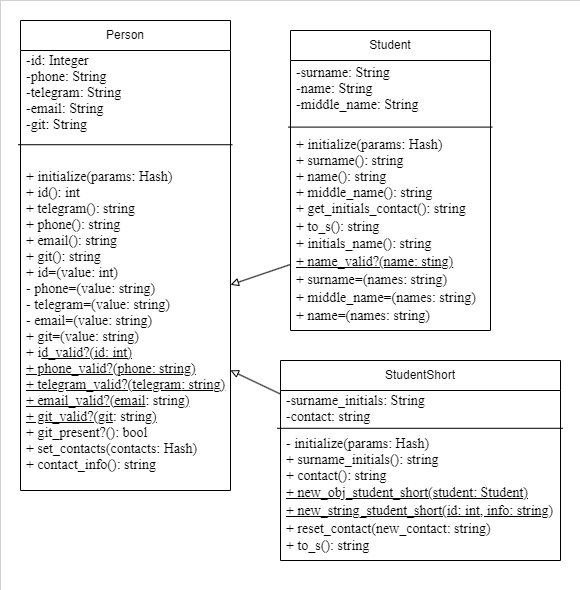
Earlier version of the draw.io export working with classes/диаграмма классов.png (Meg-Lander/study-of-the-subject-programming-patterns). Source tidied: cells renumbered, new cells last; positions are measured from the earlier drawing's top-left corner, leaving out a move shared by most shapes.
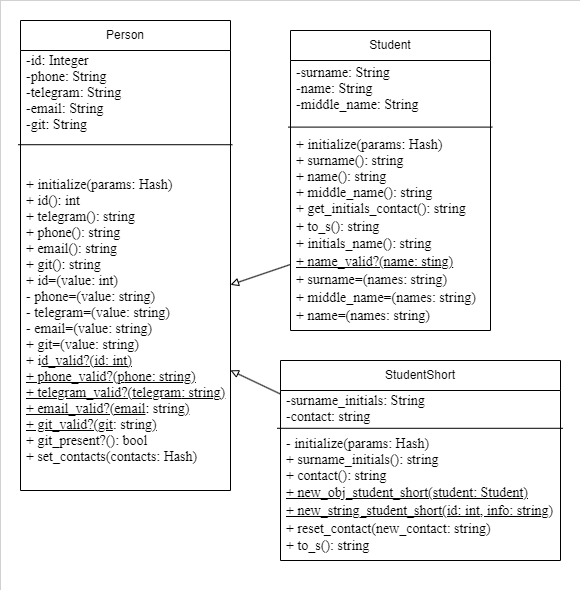
Later version of the same file.

Commit message:
Update diogramm class

Change to the diagram source:
```diff
@@ -11,7 +11,7 @@
     <mxCell id="4" value="&lt;pre style=&quot;margin-top: 0cm; margin-right: 25.5pt; margin-left: 0cm; text-align: justify; line-height: normal; vertical-align: baseline; font-size: 14px;&quot;&gt;&lt;pre style=&quot;margin: 0cm 25.5pt 0cm 0cm; line-height: normal; background: white; vertical-align: baseline;&quot;&gt;&lt;font style=&quot;font-size: 14px;&quot; face=&quot;Times New Roman&quot;&gt;-id: Integer&lt;br&gt;&lt;span style=&quot;&quot; lang=&quot;EN-US&quot;&gt;-phone: &lt;/span&gt;&lt;span style=&quot;&quot; lang=&quot;EN-US&quot;&gt;String&lt;/span&gt;&lt;br&gt;&lt;span style=&quot;&quot; lang=&quot;EN-US&quot;&gt;-telegram: &lt;/span&gt;&lt;span style=&quot;&quot; lang=&quot;EN-US&quot;&gt;String&lt;/span&gt;&lt;br&gt;&lt;span style=&quot;&quot; lang=&quot;EN-US&quot;&gt;-email: &lt;/span&gt;&lt;span style=&quot;&quot; lang=&quot;EN-US&quot;&gt;String&lt;/span&gt;&lt;br&gt;&lt;span style=&quot;&quot; lang=&quot;EN-US&quot;&gt;-git: &lt;/span&gt;&lt;span style=&quot;&quot; lang=&quot;EN-US&quot;&gt;String&lt;/span&gt;&lt;br&gt;&lt;span style=&quot;&quot; lang=&quot;EN-US&quot;&gt;&amp;nbsp;&lt;/span&gt;&lt;/font&gt;&lt;br&gt;&lt;/pre&gt;&lt;/pre&gt;" style="text;strokeColor=none;fillColor=none;align=left;verticalAlign=middle;spacingLeft=4;spacingRight=4;overflow=hidden;whiteSpace=wrap;html=1;" parent="3" vertex="1">
       <mxGeometry y="30" width="210" height="100" as="geometry" />
     </mxCell>
-    <mxCell id="5" value="&lt;pre style=&quot;margin: 0cm 25.5pt 0cm 0cm; text-align: justify; line-height: normal; background: white; vertical-align: baseline; font-size: 14px;&quot;&gt;&lt;font style=&quot;font-size: 14px;&quot; face=&quot;Times New Roman&quot;&gt;+ &lt;/font&gt;&lt;font style=&quot;font-size: 14px;&quot;&gt;&lt;font face=&quot;Times New Roman&quot;&gt;initialize(params: &lt;/font&gt;&lt;font face=&quot;Times New Roman&quot;&gt;Hash)&lt;/font&gt;&lt;/font&gt;&lt;/pre&gt;&lt;pre style=&quot;margin: 0cm 25.5pt 0cm 0cm; text-align: justify; line-height: normal; background: white; vertical-align: baseline; font-size: 14px;&quot;&gt;&lt;font style=&quot;font-size: 14px;&quot;&gt;&lt;font face=&quot;Times New Roman&quot;&gt;+ &lt;/font&gt;&lt;font face=&quot;Times New Roman&quot;&gt;id&lt;/font&gt;&lt;/font&gt;&lt;font face=&quot;sd8AbRPiMUZb4e4DyPh1&quot;&gt;(): int&lt;/font&gt;&lt;/pre&gt;&lt;pre style=&quot;margin: 0cm 25.5pt 0cm 0cm; text-align: justify; line-height: normal; background: white; vertical-align: baseline; font-size: 14px;&quot;&gt;&lt;font face=&quot;sd8AbRPiMUZb4e4DyPh1&quot;&gt;+ telegram(): string&lt;/font&gt;&lt;/pre&gt;&lt;pre style=&quot;margin: 0cm 25.5pt 0cm 0cm; text-align: justify; line-height: normal; background: white; vertical-align: baseline; font-size: 14px;&quot;&gt;&lt;font face=&quot;sd8AbRPiMUZb4e4DyPh1&quot;&gt;+ phone(): string&lt;/font&gt;&lt;/pre&gt;&lt;pre style=&quot;margin: 0cm 25.5pt 0cm 0cm; text-align: justify; line-height: normal; background: white; vertical-align: baseline; font-size: 14px;&quot;&gt;&lt;font face=&quot;sd8AbRPiMUZb4e4DyPh1&quot;&gt;&lt;font style=&quot;font-size: 14px;&quot;&gt;+ &lt;/font&gt;email(): string&lt;/font&gt;&lt;/pre&gt;&lt;pre style=&quot;margin: 0cm 25.5pt 0cm 0cm; text-align: justify; line-height: normal; background: white; vertical-align: baseline; font-size: 14px;&quot;&gt;&lt;font face=&quot;sd8AbRPiMUZb4e4DyPh1&quot;&gt;&lt;font style=&quot;font-size: 14px;&quot;&gt;+ &lt;/font&gt;git(): string&lt;/font&gt;&lt;/pre&gt;&lt;pre style=&quot;margin: 0cm 25.5pt 0cm 0cm; text-align: justify; line-height: normal; background: white; vertical-align: baseline; font-size: 14px;&quot;&gt;&lt;font face=&quot;Fhg8VOXi1VSTIDrwA2gN&quot;&gt;&lt;font style=&quot;font-size: 14px;&quot;&gt;+ id=(&lt;/font&gt;value: int)&lt;br&gt;&lt;/font&gt;&lt;/pre&gt;&lt;pre style=&quot;margin: 0cm 25.5pt 0cm 0cm; text-align: justify; line-height: normal; background: white; vertical-align: baseline; font-size: 14px;&quot;&gt;&lt;font face=&quot;Fhg8VOXi1VSTIDrwA2gN&quot;&gt;&lt;font style=&quot;font-size: 14px;&quot;&gt;- phone=(value&lt;/font&gt;&lt;font style=&quot;font-size: 14px;&quot;&gt;: string)&lt;br&gt;- telegram=(&lt;/font&gt;value: string)&lt;br&gt;&lt;/font&gt;&lt;/pre&gt;&lt;pre style=&quot;margin: 0cm 25.5pt 0cm 0cm; text-align: justify; line-height: normal; background: white; vertical-align: baseline; font-size: 14px;&quot;&gt;&lt;font face=&quot;Fhg8VOXi1VSTIDrwA2gN&quot;&gt;&lt;font style=&quot;font-size: 14px;&quot;&gt;- email=(&lt;/font&gt;value: string)&lt;br&gt;&lt;/font&gt;&lt;/pre&gt;&lt;pre style=&quot;margin: 0cm 25.5pt 0cm 0cm; text-align: justify; line-height: normal; background: white; vertical-align: baseline; font-size: 14px;&quot;&gt;&lt;font face=&quot;Fhg8VOXi1VSTIDrwA2gN&quot;&gt;&lt;font style=&quot;font-size: 14px;&quot;&gt;+ git=(&lt;/font&gt;value: string)&lt;br&gt;&lt;/font&gt;&lt;/pre&gt;&lt;pre style=&quot;margin: 0cm 25.5pt 0cm 0cm; text-align: justify; line-height: normal; background: white; vertical-align: baseline; font-size: 14px;&quot;&gt;&lt;pre style=&quot;border-color: var(--border-color); margin: 0cm 25.5pt 0cm 0cm; line-height: normal; background-image: initial; background-position: initial; background-size: initial; background-repeat: initial; background-attachment: initial; background-origin: initial; background-clip: initial; vertical-align: baseline;&quot;&gt;&lt;font face=&quot;Fhg8VOXi1VSTIDrwA2gN&quot;&gt;&lt;font style=&quot;border-color: var(--border-color); font-size: 14px;&quot;&gt;+ i&lt;u style=&quot;border-color: var(--border-color);&quot;&gt;d_valid?(id: int&lt;u style=&quot;border-color: var(--border-color);&quot;&gt;)&lt;/u&gt;&lt;br&gt;&lt;/u&gt;&lt;u style=&quot;border-color: var(--border-color);&quot;&gt;+ phone_valid?(&lt;font style=&quot;border-color: var(--border-color);&quot;&gt;p&lt;/font&gt;&lt;font style=&quot;border-color: var(--border-color);&quot;&gt;&lt;font style=&quot;border-color: var(--border-color);&quot;&gt;hone: string&lt;/font&gt;&lt;/font&gt;&lt;u style=&quot;border-color: var(--border-color);&quot;&gt;)&lt;/u&gt;&lt;br&gt;&lt;span style=&quot;border-color: var(--border-color);&quot; lang=&quot;EN-US&quot;&gt;+ telegram_valid?(&lt;font style=&quot;border-color: var(--border-color);&quot;&gt;telegram&lt;/font&gt;: string&lt;u style=&quot;border-color: var(--border-color);&quot;&gt;&lt;span style=&quot;border-color: var(--border-color);&quot; lang=&quot;EN-US&quot;&gt;)&lt;/span&gt;&lt;/u&gt;&lt;br&gt;&lt;/span&gt;+ email_valid?(email&lt;/u&gt;&lt;/font&gt;: string&lt;u style=&quot;border-color: var(--border-color);&quot;&gt;&lt;span style=&quot;border-color: var(--border-color);&quot; lang=&quot;EN-US&quot;&gt;)&lt;/span&gt;&lt;/u&gt;&lt;/font&gt;&lt;/pre&gt;&lt;pre style=&quot;border-color: var(--border-color); margin: 0cm 25.5pt 0cm 0cm; line-height: normal; background-image: initial; background-position: initial; background-size: initial; background-repeat: initial; background-attachment: initial; background-origin: initial; background-clip: initial; vertical-align: baseline;&quot;&gt;&lt;font face=&quot;Fhg8VOXi1VSTIDrwA2gN&quot;&gt;&lt;font style=&quot;border-color: var(--border-color); font-size: 14px;&quot;&gt;&lt;u style=&quot;border-color: var(--border-color);&quot;&gt;+ git_valid?(git&lt;/u&gt;&lt;/font&gt;: string&lt;u style=&quot;border-color: var(--border-color);&quot;&gt;&lt;span style=&quot;border-color: var(--border-color);&quot; lang=&quot;EN-US&quot;&gt;)&lt;/span&gt;&lt;/u&gt;&lt;/font&gt;&lt;/pre&gt;&lt;/pre&gt;&lt;pre style=&quot;margin: 0cm 25.5pt 0cm 0cm; text-align: justify; line-height: normal; background: white; vertical-align: baseline; font-size: 14px;&quot;&gt;&lt;pre style=&quot;border-color: var(--border-color); margin: 0cm 25.5pt 0cm 0cm; line-height: normal; background-image: initial; background-position: initial; background-size: initial; background-repeat: initial; background-attachment: initial; background-origin: initial; background-clip: initial; vertical-align: baseline;&quot;&gt;&lt;font face=&quot;Fhg8VOXi1VSTIDrwA2gN&quot; style=&quot;border-color: var(--border-color); font-size: 14px;&quot;&gt;+ git_present?(&lt;/font&gt;&lt;font face=&quot;vIFaeoc1TlRz2ehYQDLV&quot; style=&quot;border-color: var(--border-color); font-size: 14px;&quot;&gt;): bool&lt;/font&gt;&lt;/pre&gt;&lt;/pre&gt;&lt;pre style=&quot;margin: 0cm 25.5pt 0cm 0cm; text-align: justify; line-height: normal; background: white; vertical-align: baseline; font-size: 14px;&quot;&gt;&lt;span style=&quot;&quot; lang=&quot;EN-US&quot;&gt;&lt;font style=&quot;font-size: 14px;&quot; face=&quot;vIFaeoc1TlRz2ehYQDLV&quot;&gt;+ set_contacts(contacts: Hash)&lt;br&gt;&lt;/font&gt;&lt;/span&gt;&lt;pre style=&quot;border-color: var(--border-color); margin: 0cm 25.5pt 0cm 0cm; line-height: normal; background-image: initial; background-position: initial; background-size: initial; background-repeat: initial; background-attachment: initial; background-origin: initial; background-clip: initial; vertical-align: baseline;&quot;&gt;&lt;font face=&quot;vIFaeoc1TlRz2ehYQDLV&quot; style=&quot;border-color: var(--border-color); font-size: 14px;&quot;&gt;+ contact_info(): string&lt;/font&gt;&lt;/pre&gt;&lt;/pre&gt;" style="text;strokeColor=none;fillColor=none;align=left;verticalAlign=middle;spacingLeft=4;spacingRight=4;overflow=hidden;points=[[0,0.5],[1,0.5]];portConstraint=eastwest;whiteSpace=wrap;html=1;" parent="3" vertex="1">
+    <mxCell id="5" value="&lt;pre style=&quot;margin: 0cm 25.5pt 0cm 0cm; text-align: justify; line-height: normal; background: white; vertical-align: baseline; font-size: 14px;&quot;&gt;&lt;font style=&quot;font-size: 14px;&quot; face=&quot;Times New Roman&quot;&gt;+ &lt;/font&gt;&lt;font style=&quot;font-size: 14px;&quot;&gt;&lt;font face=&quot;Times New Roman&quot;&gt;initialize(params: &lt;/font&gt;&lt;font face=&quot;Times New Roman&quot;&gt;Hash)&lt;/font&gt;&lt;/font&gt;&lt;/pre&gt;&lt;pre style=&quot;margin: 0cm 25.5pt 0cm 0cm; text-align: justify; line-height: normal; background: white; vertical-align: baseline; font-size: 14px;&quot;&gt;&lt;font style=&quot;font-size: 14px;&quot;&gt;&lt;font face=&quot;Times New Roman&quot;&gt;+ &lt;/font&gt;&lt;font face=&quot;Times New Roman&quot;&gt;id&lt;/font&gt;&lt;/font&gt;&lt;font face=&quot;sd8AbRPiMUZb4e4DyPh1&quot;&gt;(): int&lt;/font&gt;&lt;/pre&gt;&lt;pre style=&quot;margin: 0cm 25.5pt 0cm 0cm; text-align: justify; line-height: normal; background: white; vertical-align: baseline; font-size: 14px;&quot;&gt;&lt;font face=&quot;sd8AbRPiMUZb4e4DyPh1&quot;&gt;+ telegram(): string&lt;/font&gt;&lt;/pre&gt;&lt;pre style=&quot;margin: 0cm 25.5pt 0cm 0cm; text-align: justify; line-height: normal; background: white; vertical-align: baseline; font-size: 14px;&quot;&gt;&lt;font face=&quot;sd8AbRPiMUZb4e4DyPh1&quot;&gt;+ phone(): string&lt;/font&gt;&lt;/pre&gt;&lt;pre style=&quot;margin: 0cm 25.5pt 0cm 0cm; text-align: justify; line-height: normal; background: white; vertical-align: baseline; font-size: 14px;&quot;&gt;&lt;font face=&quot;sd8AbRPiMUZb4e4DyPh1&quot;&gt;&lt;font style=&quot;font-size: 14px;&quot;&gt;+ &lt;/font&gt;email(): string&lt;/font&gt;&lt;/pre&gt;&lt;pre style=&quot;margin: 0cm 25.5pt 0cm 0cm; text-align: justify; line-height: normal; background: white; vertical-align: baseline; font-size: 14px;&quot;&gt;&lt;font face=&quot;sd8AbRPiMUZb4e4DyPh1&quot;&gt;&lt;font style=&quot;font-size: 14px;&quot;&gt;+ &lt;/font&gt;git(): string&lt;/font&gt;&lt;/pre&gt;&lt;pre style=&quot;margin: 0cm 25.5pt 0cm 0cm; text-align: justify; line-height: normal; background: white; vertical-align: baseline; font-size: 14px;&quot;&gt;&lt;font face=&quot;Fhg8VOXi1VSTIDrwA2gN&quot;&gt;&lt;font style=&quot;font-size: 14px;&quot;&gt;+ id=(&lt;/font&gt;value: int)&lt;br&gt;&lt;/font&gt;&lt;/pre&gt;&lt;pre style=&quot;margin: 0cm 25.5pt 0cm 0cm; text-align: justify; line-height: normal; background: white; vertical-align: baseline; font-size: 14px;&quot;&gt;&lt;font face=&quot;Fhg8VOXi1VSTIDrwA2gN&quot;&gt;&lt;font style=&quot;font-size: 14px;&quot;&gt;- phone=(value&lt;/font&gt;&lt;font style=&quot;font-size: 14px;&quot;&gt;: string)&lt;br&gt;- telegram=(&lt;/font&gt;value: string)&lt;br&gt;&lt;/font&gt;&lt;/pre&gt;&lt;pre style=&quot;margin: 0cm 25.5pt 0cm 0cm; text-align: justify; line-height: normal; background: white; vertical-align: baseline; font-size: 14px;&quot;&gt;&lt;font face=&quot;Fhg8VOXi1VSTIDrwA2gN&quot;&gt;&lt;font style=&quot;font-size: 14px;&quot;&gt;- email=(&lt;/font&gt;value: string)&lt;br&gt;&lt;/font&gt;&lt;/pre&gt;&lt;pre style=&quot;margin: 0cm 25.5pt 0cm 0cm; text-align: justify; line-height: normal; background: white; vertical-align: baseline; font-size: 14px;&quot;&gt;&lt;font face=&quot;Fhg8VOXi1VSTIDrwA2gN&quot;&gt;&lt;font style=&quot;font-size: 14px;&quot;&gt;+ git=(&lt;/font&gt;value: string)&lt;br&gt;&lt;/font&gt;&lt;/pre&gt;&lt;pre style=&quot;margin: 0cm 25.5pt 0cm 0cm; text-align: justify; line-height: normal; background: white; vertical-align: baseline; font-size: 14px;&quot;&gt;&lt;pre style=&quot;border-color: var(--border-color); margin: 0cm 25.5pt 0cm 0cm; line-height: normal; background-image: initial; background-position: initial; background-size: initial; background-repeat: initial; background-attachment: initial; background-origin: initial; background-clip: initial; vertical-align: baseline;&quot;&gt;&lt;font face=&quot;Fhg8VOXi1VSTIDrwA2gN&quot;&gt;&lt;font style=&quot;border-color: var(--border-color); font-size: 14px;&quot;&gt;+ i&lt;u style=&quot;border-color: var(--border-color);&quot;&gt;d_valid?(id: int&lt;u style=&quot;border-color: var(--border-color);&quot;&gt;)&lt;/u&gt;&lt;br&gt;&lt;/u&gt;&lt;u style=&quot;border-color: var(--border-color);&quot;&gt;+ phone_valid?(&lt;font style=&quot;border-color: var(--border-color);&quot;&gt;p&lt;/font&gt;&lt;font style=&quot;border-color: var(--border-color);&quot;&gt;&lt;font style=&quot;border-color: var(--border-color);&quot;&gt;hone: string&lt;/font&gt;&lt;/font&gt;&lt;u style=&quot;border-color: var(--border-color);&quot;&gt;)&lt;/u&gt;&lt;br&gt;&lt;span style=&quot;border-color: var(--border-color);&quot; lang=&quot;EN-US&quot;&gt;+ telegram_valid?(&lt;font style=&quot;border-color: var(--border-color);&quot;&gt;telegram&lt;/font&gt;: string&lt;u style=&quot;border-color: var(--border-color);&quot;&gt;&lt;span style=&quot;border-color: var(--border-color);&quot; lang=&quot;EN-US&quot;&gt;)&lt;/span&gt;&lt;/u&gt;&lt;br&gt;&lt;/span&gt;+ email_valid?(email&lt;/u&gt;&lt;/font&gt;: string&lt;u style=&quot;border-color: var(--border-color);&quot;&gt;&lt;span style=&quot;border-color: var(--border-color);&quot; lang=&quot;EN-US&quot;&gt;)&lt;/span&gt;&lt;/u&gt;&lt;/font&gt;&lt;/pre&gt;&lt;pre style=&quot;border-color: var(--border-color); margin: 0cm 25.5pt 0cm 0cm; line-height: normal; background-image: initial; background-position: initial; background-size: initial; background-repeat: initial; background-attachment: initial; background-origin: initial; background-clip: initial; vertical-align: baseline;&quot;&gt;&lt;font face=&quot;Fhg8VOXi1VSTIDrwA2gN&quot;&gt;&lt;font style=&quot;border-color: var(--border-color); font-size: 14px;&quot;&gt;&lt;u style=&quot;border-color: var(--border-color);&quot;&gt;+ git_valid?(git&lt;/u&gt;&lt;/font&gt;: string&lt;u style=&quot;border-color: var(--border-color);&quot;&gt;&lt;span style=&quot;border-color: var(--border-color);&quot; lang=&quot;EN-US&quot;&gt;)&lt;/span&gt;&lt;/u&gt;&lt;/font&gt;&lt;/pre&gt;&lt;/pre&gt;&lt;pre style=&quot;margin: 0cm 25.5pt 0cm 0cm; text-align: justify; line-height: normal; background: white; vertical-align: baseline; font-size: 14px;&quot;&gt;&lt;pre style=&quot;border-color: var(--border-color); margin: 0cm 25.5pt 0cm 0cm; line-height: normal; background-image: initial; background-position: initial; background-size: initial; background-repeat: initial; background-attachment: initial; background-origin: initial; background-clip: initial; vertical-align: baseline;&quot;&gt;&lt;font face=&quot;Fhg8VOXi1VSTIDrwA2gN&quot; style=&quot;border-color: var(--border-color); font-size: 14px;&quot;&gt;+ git_present?(&lt;/font&gt;&lt;font face=&quot;vIFaeoc1TlRz2ehYQDLV&quot; style=&quot;border-color: var(--border-color); font-size: 14px;&quot;&gt;): bool&lt;/font&gt;&lt;/pre&gt;&lt;/pre&gt;&lt;pre style=&quot;margin: 0cm 25.5pt 0cm 0cm; text-align: justify; line-height: normal; background: white; vertical-align: baseline; font-size: 14px;&quot;&gt;&lt;span style=&quot;&quot; lang=&quot;EN-US&quot;&gt;&lt;font style=&quot;font-size: 14px;&quot; face=&quot;vIFaeoc1TlRz2ehYQDLV&quot;&gt;+ set_contacts(contacts: Hash)&lt;/font&gt;&lt;/span&gt;&lt;/pre&gt;" style="text;strokeColor=none;fillColor=none;align=left;verticalAlign=middle;spacingLeft=4;spacingRight=4;overflow=hidden;points=[[0,0.5],[1,0.5]];portConstraint=eastwest;whiteSpace=wrap;html=1;" parent="3" vertex="1">
       <mxGeometry y="130" width="210" height="340" as="geometry" />
     </mxCell>
     <mxCell id="6" style="endArrow=none;html=1;rounded=0;entryX=-0.012;entryY=-0.017;entryDx=0;entryDy=0;entryPerimeter=0;exitX=1.009;exitY=-0.017;exitDx=0;exitDy=0;exitPerimeter=0;" parent="3" edge="1" source="5" target="5">
```
